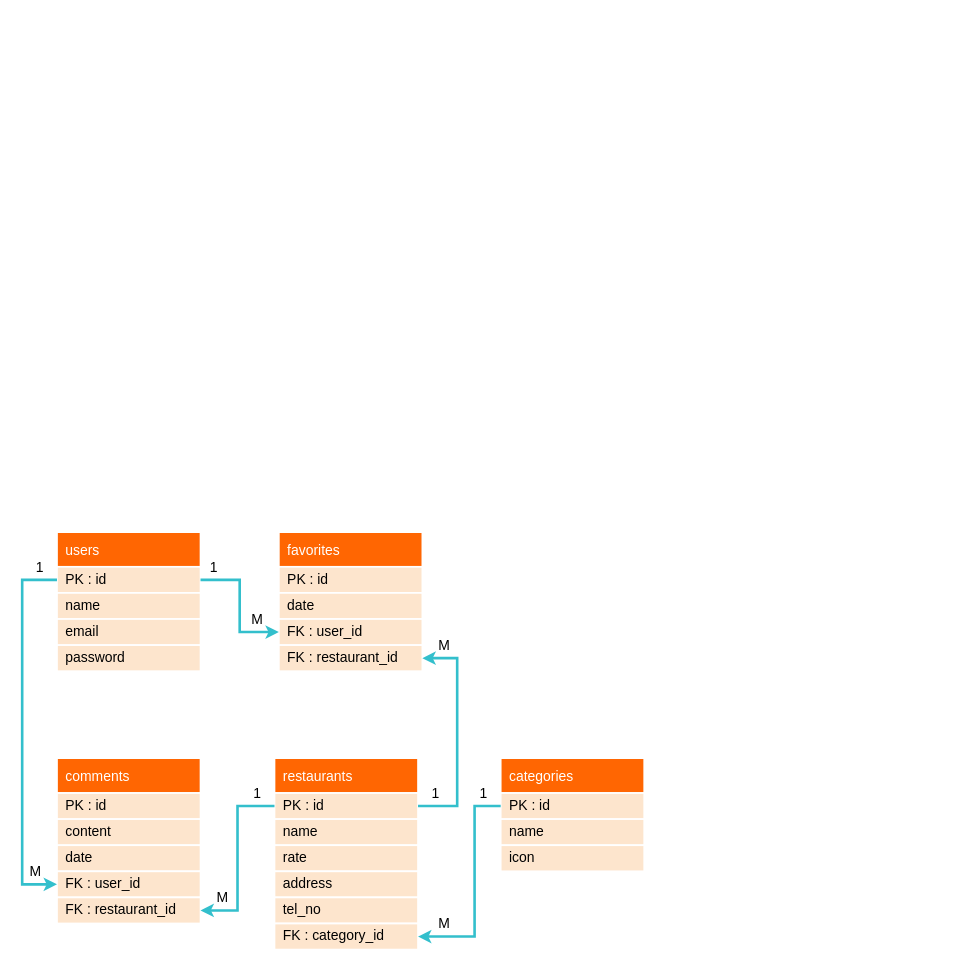
Above: Simple Tweet ERD+Schema-ver.1.drawio in z88243310/bins (draw.io), before the change. Source tidied: cells renumbered, new cells numbered last; positions are measured from the earlier drawing's top-left corner, leaving out a move shared by most shapes. Both pictures are drawn from the tidied source at 87%, with x=0, y=0 at pixel (22, 532).
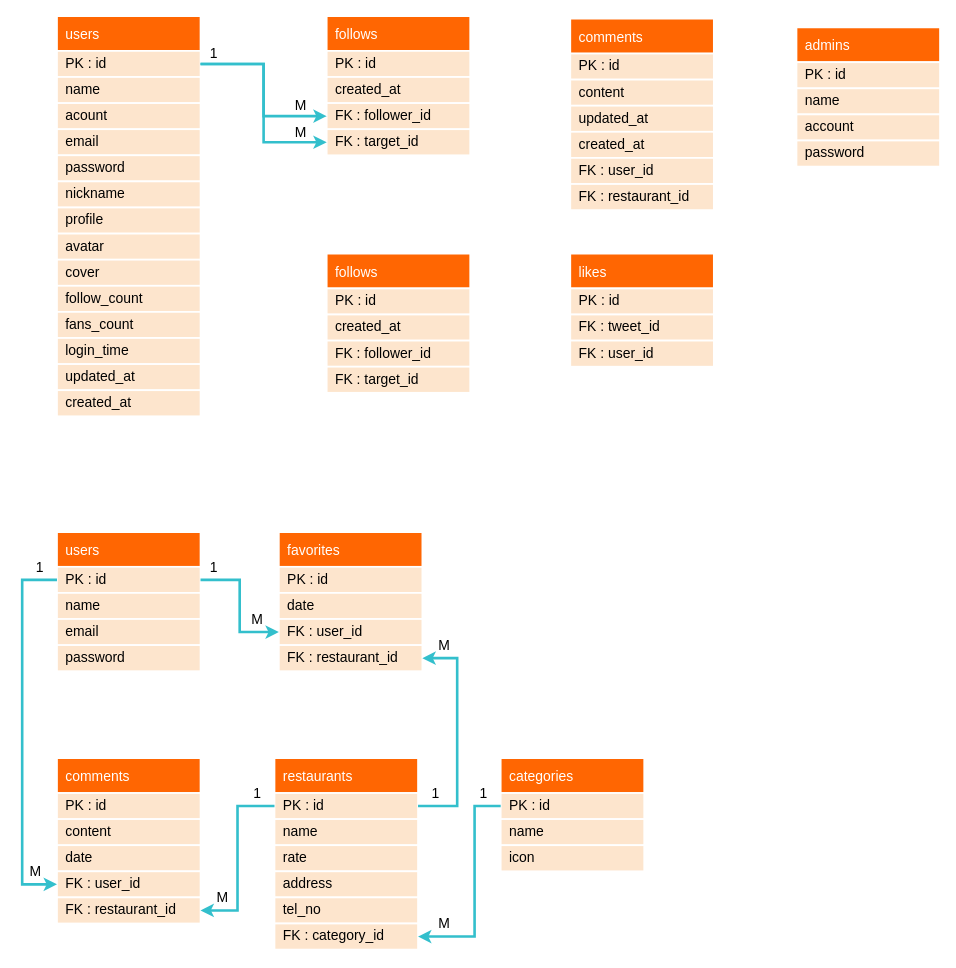
Above is the later version.

What changed in the source:
```diff
@@
+    <mxCell id="44" value="users" style="swimlane;fontStyle=0;horizontal=1;startSize=40;align=left;fontSize=16;fontColor=#FFFFFF;fillColor=#FF6602;spacing=0;strokeColor=#FFFFFF;strokeWidth=2;spacingLeft=10;" parent="1" vertex="1">
+      <mxGeometry x="40" y="-593" width="165" height="460" as="geometry" />
+    </mxCell>
+    <mxCell id="45" value="PK : id" style="text;strokeColor=#FFFFFF;fillColor=#FDE5CD;spacingLeft=10;spacingRight=0;overflow=hidden;points=[[0,0.5],[1,0.5]];portConstraint=eastwest;fontSize=16;strokeWidth=2;perimeterSpacing=0;sketch=0;shadow=0;rounded=0;glass=0;spacing=0;fontStyle=0;" parent="44" vertex="1">
+      <mxGeometry y="40" width="165" height="30" as="geometry" />
+    </mxCell>
+    <mxCell id="46" value="name" style="text;strokeColor=#FFFFFF;fillColor=#FDE5CD;spacingLeft=10;spacingRight=0;overflow=hidden;fontSize=16;strokeWidth=2;sketch=0;shadow=0;rounded=0;glass=0;spacing=0;" parent="44" vertex="1">
+      <mxGeometry y="70" width="165" height="30" as="geometry" />
+    </mxCell>
+    <mxCell id="47" value="acount" style="text;strokeColor=#FFFFFF;fillColor=#FDE5CD;spacingLeft=10;spacingRight=0;overflow=hidden;fontSize=16;strokeWidth=2;sketch=0;shadow=0;rounded=0;glass=0;spacing=0;" parent="44" vertex="1">
+      <mxGeometry y="100" width="165" height="30" as="geometry" />
+    </mxCell>
+    <mxCell id="48" value="email" style="text;strokeColor=#FFFFFF;fillColor=#FDE5CD;spacingLeft=10;spacingRight=0;overflow=hidden;fontSize=16;strokeWidth=2;sketch=0;shadow=0;rounded=0;glass=0;spacing=0;" parent="44" vertex="1">
+      <mxGeometry y="130" width="165" height="30" as="geometry" />
+    </mxCell>
+    <mxCell id="49" value="password" style="text;strokeColor=#FFFFFF;fillColor=#FDE5CD;spacingLeft=10;spacingRight=0;overflow=hidden;fontSize=16;strokeWidth=2;sketch=0;shadow=0;rounded=0;glass=0;spacing=0;" parent="44" vertex="1">
+      <mxGeometry y="160" width="165" height="30" as="geometry" />
+    </mxCell>
+    <mxCell id="50" value="nickname" style="text;strokeColor=#FFFFFF;fillColor=#FDE5CD;spacingLeft=10;spacingRight=0;overflow=hidden;fontSize=16;strokeWidth=2;sketch=0;shadow=0;rounded=0;glass=0;spacing=0;" parent="44" vertex="1">
+      <mxGeometry y="190" width="165" height="30" as="geometry" />
+    </mxCell>
+    <mxCell id="51" value="profile" style="text;strokeColor=#FFFFFF;fillColor=#FDE5CD;spacingLeft=10;spacingRight=0;overflow=hidden;fontSize=16;strokeWidth=2;sketch=0;shadow=0;rounded=0;glass=0;spacing=0;" parent="44" vertex="1">
+      <mxGeometry y="220" width="165" height="30" as="geometry" />
+    </mxCell>
+    <mxCell id="52" value="avatar" style="text;strokeColor=#FFFFFF;fillColor=#FDE5CD;spacingLeft=10;spacingRight=0;overflow=hidden;fontSize=16;strokeWidth=2;sketch=0;shadow=0;rounded=0;glass=0;spacing=0;" parent="44" vertex="1">
+      <mxGeometry y="250" width="165" height="30" as="geometry" />
+    </mxCell>
+    <mxCell id="53" value="cover" style="text;strokeColor=#FFFFFF;fillColor=#FDE5CD;spacingLeft=10;spacingRight=0;overflow=hidden;fontSize=16;strokeWidth=2;sketch=0;shadow=0;rounded=0;glass=0;spacing=0;" parent="44" vertex="1">
+      <mxGeometry y="280" width="165" height="30" as="geometry" />
+    </mxCell>
+    <mxCell id="54" value="follow_count" style="text;strokeColor=#FFFFFF;fillColor=#FDE5CD;spacingLeft=10;spacingRight=0;overflow=hidden;fontSize=16;strokeWidth=2;sketch=0;shadow=0;rounded=0;glass=0;spacing=0;" parent="44" vertex="1">
+      <mxGeometry y="310" width="165" height="30" as="geometry" />
+    </mxCell>
+    <mxCell id="55" value="fans_count" style="text;strokeColor=#FFFFFF;fillColor=#FDE5CD;spacingLeft=10;spacingRight=0;overflow=hidden;fontSize=16;strokeWidth=2;sketch=0;shadow=0;rounded=0;glass=0;spacing=0;" parent="44" vertex="1">
+      <mxGeometry y="340" width="165" height="30" as="geometry" />
+    </mxCell>
+    <mxCell id="56" value="login_time" style="text;strokeColor=#FFFFFF;fillColor=#FDE5CD;spacingLeft=10;spacingRight=0;overflow=hidden;fontSize=16;strokeWidth=2;sketch=0;shadow=0;rounded=0;glass=0;spacing=0;" parent="44" vertex="1">
+      <mxGeometry y="370" width="165" height="30" as="geometry" />
+    </mxCell>
+    <mxCell id="57" value="updated_at" style="text;strokeColor=#FFFFFF;fillColor=#FDE5CD;spacingLeft=10;spacingRight=0;overflow=hidden;fontSize=16;strokeWidth=2;sketch=0;shadow=0;rounded=0;glass=0;spacing=0;" parent="44" vertex="1">
+      <mxGeometry y="400" width="165" height="30" as="geometry" />
+    </mxCell>
+    <mxCell id="58" value="created_at" style="text;strokeColor=#FFFFFF;fillColor=#FDE5CD;spacingLeft=10;spacingRight=0;overflow=hidden;fontSize=16;strokeWidth=2;sketch=0;shadow=0;rounded=0;glass=0;spacing=0;" parent="44" vertex="1">
+      <mxGeometry y="430" width="165" height="30" as="geometry" />
+    </mxCell>
+    <mxCell id="59" value="follows" style="swimlane;fontStyle=0;horizontal=1;startSize=40;align=left;fontSize=16;fontColor=#FFFFFF;fillColor=#FF6602;spacing=0;strokeColor=#FFFFFF;strokeWidth=2;spacingLeft=10;" parent="1" vertex="1">
+      <mxGeometry x="350" y="-593" width="165" height="160" as="geometry" />
+    </mxCell>
+    <mxCell id="60" value="PK : id" style="text;strokeColor=#FFFFFF;fillColor=#FDE5CD;spacingLeft=10;spacingRight=0;overflow=hidden;fontSize=16;strokeWidth=2;perimeterSpacing=0;sketch=0;shadow=0;rounded=0;glass=0;spacing=0;fontStyle=0;" parent="59" vertex="1">
+      <mxGeometry y="40" width="165" height="30" as="geometry" />
+    </mxCell>
+    <mxCell id="61" value="created_at" style="text;strokeColor=#FFFFFF;fillColor=#FDE5CD;spacingLeft=10;spacingRight=0;overflow=hidden;fontSize=16;strokeWidth=2;sketch=0;shadow=0;rounded=0;glass=0;spacing=0;" parent="59" vertex="1">
+      <mxGeometry y="70" width="165" height="30" as="geometry" />
+    </mxCell>
+    <mxCell id="62" value="FK : follower_id" style="text;strokeColor=#FFFFFF;fillColor=#FDE5CD;spacingLeft=10;spacingRight=0;overflow=hidden;points=[[0,0.5],[1,0.5]];portConstraint=eastwest;fontSize=16;strokeWidth=2;sketch=0;shadow=0;rounded=0;glass=0;spacing=0;" parent="59" vertex="1">
+      <mxGeometry y="100" width="165" height="30" as="geometry" />
+    </mxCell>
+    <mxCell id="63" value="FK : target_id" style="text;strokeColor=#FFFFFF;fillColor=#FDE5CD;spacingLeft=10;spacingRight=0;overflow=hidden;points=[[0,0.5],[1,0.5]];portConstraint=eastwest;fontSize=16;strokeWidth=2;sketch=0;shadow=0;rounded=0;glass=0;spacing=0;" parent="59" vertex="1">
+      <mxGeometry y="130" width="165" height="30" as="geometry" />
+    </mxCell>
+    <mxCell id="64" value="comments" style="swimlane;fontStyle=0;horizontal=1;startSize=40;align=left;fontSize=16;fontColor=#FFFFFF;fillColor=#FF6602;spacing=0;strokeColor=#FFFFFF;strokeWidth=2;spacingLeft=10;" parent="1" vertex="1">
+      <mxGeometry x="630" y="-590" width="165" height="220" as="geometry" />
+    </mxCell>
+    <mxCell id="65" value="PK : id" style="text;strokeColor=#FFFFFF;fillColor=#FDE5CD;spacingLeft=10;spacingRight=0;overflow=hidden;fontSize=16;strokeWidth=2;perimeterSpacing=0;sketch=0;shadow=0;rounded=0;glass=0;spacing=0;fontStyle=0;" parent="64" vertex="1">
+      <mxGeometry y="40" width="165" height="30" as="geometry" />
+    </mxCell>
+    <mxCell id="66" value="content" style="text;strokeColor=#FFFFFF;fillColor=#FDE5CD;spacingLeft=10;spacingRight=0;overflow=hidden;fontSize=16;strokeWidth=2;sketch=0;shadow=0;rounded=0;glass=0;spacing=0;" parent="64" vertex="1">
+      <mxGeometry y="70" width="165" height="30" as="geometry" />
+    </mxCell>
+    <mxCell id="67" value="updated_at" style="text;strokeColor=#FFFFFF;fillColor=#FDE5CD;spacingLeft=10;spacingRight=0;overflow=hidden;fontSize=16;strokeWidth=2;sketch=0;shadow=0;rounded=0;glass=0;spacing=0;" parent="64" vertex="1">
+      <mxGeometry y="100" width="165" height="30" as="geometry" />
+    </mxCell>
+    <mxCell id="68" value="created_at" style="text;strokeColor=#FFFFFF;fillColor=#FDE5CD;spacingLeft=10;spacingRight=0;overflow=hidden;fontSize=16;strokeWidth=2;sketch=0;shadow=0;rounded=0;glass=0;spacing=0;" parent="64" vertex="1">
+      <mxGeometry y="130" width="165" height="30" as="geometry" />
+    </mxCell>
+    <mxCell id="69" value="FK : user_id" style="text;strokeColor=#FFFFFF;fillColor=#FDE5CD;spacingLeft=10;spacingRight=0;overflow=hidden;fontSize=16;strokeWidth=2;sketch=0;shadow=0;rounded=0;glass=0;spacing=0;" parent="64" vertex="1">
+      <mxGeometry y="160" width="165" height="30" as="geometry" />
+    </mxCell>
+    <mxCell id="70" value="FK : restaurant_id" style="text;strokeColor=#FFFFFF;fillColor=#FDE5CD;spacingLeft=10;spacingRight=0;overflow=hidden;fontSize=16;strokeWidth=2;sketch=0;shadow=0;rounded=0;glass=0;spacing=0;" parent="64" vertex="1">
+      <mxGeometry y="190" width="165" height="30" as="geometry" />
+    </mxCell>
+    <mxCell id="71" value="likes" style="swimlane;fontStyle=0;horizontal=1;startSize=40;align=left;fontSize=16;fontColor=#FFFFFF;fillColor=#FF6602;spacing=0;strokeColor=#FFFFFF;strokeWidth=2;spacingLeft=10;" parent="1" vertex="1">
+      <mxGeometry x="630" y="-320" width="165" height="130" as="geometry" />
+    </mxCell>
+    <mxCell id="72" value="PK : id" style="text;strokeColor=#FFFFFF;fillColor=#FDE5CD;spacingLeft=10;spacingRight=0;overflow=hidden;fontSize=16;strokeWidth=2;perimeterSpacing=0;sketch=0;shadow=0;rounded=0;glass=0;spacing=0;fontStyle=0;" parent="71" vertex="1">
+      <mxGeometry y="40" width="165" height="30" as="geometry" />
+    </mxCell>
+    <mxCell id="73" value="FK : tweet_id" style="text;strokeColor=#FFFFFF;fillColor=#FDE5CD;spacingLeft=10;spacingRight=0;overflow=hidden;fontSize=16;strokeWidth=2;sketch=0;shadow=0;rounded=0;glass=0;spacing=0;" parent="71" vertex="1">
+      <mxGeometry y="70" width="165" height="30" as="geometry" />
+    </mxCell>
+    <mxCell id="74" value="FK : user_id" style="text;strokeColor=#FFFFFF;fillColor=#FDE5CD;spacingLeft=10;spacingRight=0;overflow=hidden;fontSize=16;strokeWidth=2;sketch=0;shadow=0;rounded=0;glass=0;spacing=0;" parent="71" vertex="1">
+      <mxGeometry y="100" width="165" height="30" as="geometry" />
+    </mxCell>
+    <mxCell id="75" value="follows" style="swimlane;fontStyle=0;horizontal=1;startSize=40;align=left;fontSize=16;fontColor=#FFFFFF;fillColor=#FF6602;spacing=0;strokeColor=#FFFFFF;strokeWidth=2;spacingLeft=10;" parent="1" vertex="1">
+      <mxGeometry x="350" y="-320" width="165" height="160" as="geometry" />
+    </mxCell>
+    <mxCell id="76" value="PK : id" style="text;strokeColor=#FFFFFF;fillColor=#FDE5CD;spacingLeft=10;spacingRight=0;overflow=hidden;fontSize=16;strokeWidth=2;perimeterSpacing=0;sketch=0;shadow=0;rounded=0;glass=0;spacing=0;fontStyle=0;" parent="75" vertex="1">
+      <mxGeometry y="40" width="165" height="30" as="geometry" />
+    </mxCell>
+    <mxCell id="77" value="created_at" style="text;strokeColor=#FFFFFF;fillColor=#FDE5CD;spacingLeft=10;spacingRight=0;overflow=hidden;fontSize=16;strokeWidth=2;sketch=0;shadow=0;rounded=0;glass=0;spacing=0;" parent="75" vertex="1">
+      <mxGeometry y="70" width="165" height="30" as="geometry" />
+    </mxCell>
+    <mxCell id="78" value="FK : follower_id" style="text;strokeColor=#FFFFFF;fillColor=#FDE5CD;spacingLeft=10;spacingRight=0;overflow=hidden;fontSize=16;strokeWidth=2;sketch=0;shadow=0;rounded=0;glass=0;spacing=0;" parent="75" vertex="1">
+      <mxGeometry y="100" width="165" height="30" as="geometry" />
+    </mxCell>
+    <mxCell id="79" value="FK : target_id" style="text;strokeColor=#FFFFFF;fillColor=#FDE5CD;spacingLeft=10;spacingRight=0;overflow=hidden;fontSize=16;strokeWidth=2;sketch=0;shadow=0;rounded=0;glass=0;spacing=0;" parent="75" vertex="1">
+      <mxGeometry y="130" width="165" height="30" as="geometry" />
+    </mxCell>
+    <mxCell id="80" value="admins" style="swimlane;fontStyle=0;horizontal=1;startSize=40;align=left;fontSize=16;fontColor=#FFFFFF;fillColor=#FF6602;spacing=0;strokeColor=#FFFFFF;strokeWidth=2;spacingLeft=10;" parent="1" vertex="1">
+      <mxGeometry x="890" y="-580" width="165" height="160" as="geometry" />
+    </mxCell>
+    <mxCell id="81" value="PK : id" style="text;strokeColor=#FFFFFF;fillColor=#FDE5CD;spacingLeft=10;spacingRight=0;overflow=hidden;fontSize=16;strokeWidth=2;perimeterSpacing=0;sketch=0;shadow=0;rounded=0;glass=0;spacing=0;fontStyle=0;" parent="80" vertex="1">
+      <mxGeometry y="40" width="165" height="30" as="geometry" />
+    </mxCell>
+    <mxCell id="82" value="name" style="text;strokeColor=#FFFFFF;fillColor=#FDE5CD;spacingLeft=10;spacingRight=0;overflow=hidden;fontSize=16;strokeWidth=2;sketch=0;shadow=0;rounded=0;glass=0;spacing=0;" parent="80" vertex="1">
+      <mxGeometry y="70" width="165" height="30" as="geometry" />
+    </mxCell>
+    <mxCell id="83" value="account" style="text;strokeColor=#FFFFFF;fillColor=#FDE5CD;spacingLeft=10;spacingRight=0;overflow=hidden;fontSize=16;strokeWidth=2;sketch=0;shadow=0;rounded=0;glass=0;spacing=0;" parent="80" vertex="1">
+      <mxGeometry y="100" width="165" height="30" as="geometry" />
+    </mxCell>
+    <mxCell id="84" value="password" style="text;strokeColor=#FFFFFF;fillColor=#FDE5CD;spacingLeft=10;spacingRight=0;overflow=hidden;fontSize=16;strokeWidth=2;sketch=0;shadow=0;rounded=0;glass=0;spacing=0;" parent="80" vertex="1">
+      <mxGeometry y="130" width="165" height="30" as="geometry" />
+    </mxCell>
+    <mxCell id="85" style="edgeStyle=orthogonalEdgeStyle;rounded=0;jettySize=auto;html=1;fontSize=16;fontColor=#FFFFFF;strokeWidth=3;strokeColor=#33BFCC;entryX=0;entryY=0.5;entryDx=0;entryDy=0;exitX=1;exitY=0.5;exitDx=0;exitDy=0;" parent="1" edge="1" source="45" target="62">
+      <mxGeometry relative="1" as="geometry" />
+    </mxCell>
+    <mxCell id="86" style="edgeStyle=orthogonalEdgeStyle;rounded=0;jettySize=auto;html=1;fontSize=16;fontColor=#FFFFFF;strokeWidth=3;strokeColor=#33BFCC;entryX=0;entryY=0.5;entryDx=0;entryDy=0;exitX=1;exitY=0.5;exitDx=0;exitDy=0;" parent="1" edge="1" source="45" target="63">
+      <mxGeometry relative="1" as="geometry" />
+    </mxCell>
+    <mxCell id="87" value="&lt;div&gt;1&lt;/div&gt;" style="text;html=1;align=center;verticalAlign=middle;strokeColor=none;fillColor=none;fontSize=16;fontColor=#000000;" parent="1" vertex="1">
+      <mxGeometry x="210" y="-560" width="20" height="20" as="geometry" />
+    </mxCell>
+    <mxCell id="88" value="M" style="text;html=1;align=center;verticalAlign=middle;strokeColor=none;fillColor=none;fontSize=16;fontColor=#000000;" parent="1" vertex="1">
+      <mxGeometry x="305" y="-500" width="30" height="20" as="geometry" />
+    </mxCell>
+    <mxCell id="89" value="M" style="text;html=1;align=center;verticalAlign=middle;strokeColor=none;fillColor=none;fontSize=16;fontColor=#000000;" parent="1" vertex="1">
+      <mxGeometry x="305" y="-470" width="30" height="20" as="geometry" />
+    </mxCell>
```
